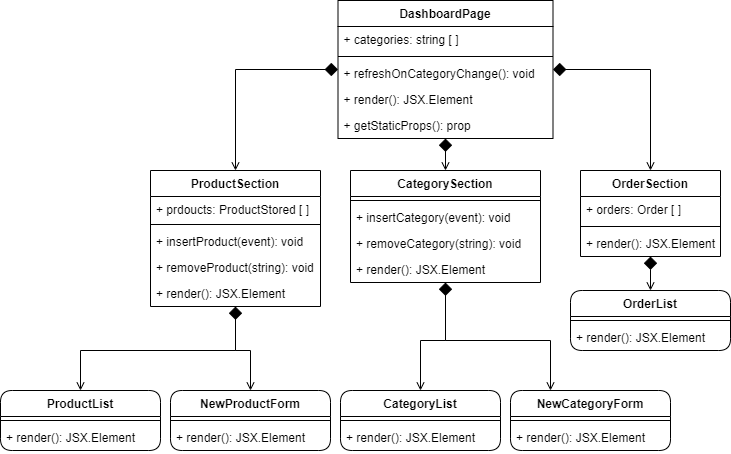
Earlier version of the draw.io export DocumentazioneEsterna/AllegatoTecnico/res/Architettura/Frontend/img/class_frontend_dashboard.png (Omicron-Team/Documentazione). Source tidied: cells renumbered, new cells last; positions are measured from the earlier drawing's top-left corner, leaving out a move shared by most shapes. The source it was exported from:
```xml
<mxGraphModel>
  <root>
    <mxCell id="0" />
    <mxCell id="1" parent="0" />
    <mxCell id="2" style="edgeStyle=orthogonalEdgeStyle;rounded=0;jettySize=auto;html=1;startArrow=diamond;startFill=1;endArrow=open;endFill=0;startSize=11;" parent="1" edge="1" source="5" target="13">
      <mxGeometry relative="1" as="geometry" />
    </mxCell>
    <mxCell id="3" style="edgeStyle=orthogonalEdgeStyle;rounded=0;jettySize=auto;html=1;startArrow=diamond;startFill=1;endArrow=open;endFill=0;startSize=11;" parent="1" edge="1" source="5" target="26">
      <mxGeometry relative="1" as="geometry" />
    </mxCell>
    <mxCell id="4" style="edgeStyle=orthogonalEdgeStyle;rounded=0;jettySize=auto;html=1;startArrow=diamond;startFill=1;endArrow=open;endFill=0;startSize=11;" parent="1" edge="1" source="5" target="20">
      <mxGeometry relative="1" as="geometry" />
    </mxCell>
    <mxCell id="5" value="DashboardPage" style="swimlane;fontStyle=1;horizontal=1;startSize=26;fillColor=none;" parent="1" vertex="1">
      <mxGeometry x="337.5" width="215" height="138" as="geometry" />
    </mxCell>
    <mxCell id="6" value="+ categories: string [ ]" style="text;strokeColor=none;fillColor=none;align=left;verticalAlign=top;spacingLeft=4;spacingRight=4;overflow=hidden;" parent="5" vertex="1">
      <mxGeometry y="26" width="215" height="26" as="geometry" />
    </mxCell>
    <mxCell id="7" style="line;strokeWidth=1;fillColor=none;align=left;verticalAlign=middle;spacingTop=-1;spacingLeft=3;spacingRight=3;labelPosition=right;" parent="5" vertex="1">
      <mxGeometry y="52" width="215" height="8" as="geometry" />
    </mxCell>
    <mxCell id="8" value="+ refreshOnCategoryChange(): void" style="text;strokeColor=none;fillColor=none;align=left;verticalAlign=top;spacingLeft=4;spacingRight=4;overflow=hidden;rounded=1;" parent="5" vertex="1">
      <mxGeometry y="60" width="215" height="26" as="geometry" />
    </mxCell>
    <mxCell id="9" value="+ render(): JSX.Element" style="text;strokeColor=none;fillColor=none;align=left;verticalAlign=top;spacingLeft=4;spacingRight=4;overflow=hidden;" parent="5" vertex="1">
      <mxGeometry y="86" width="215" height="26" as="geometry" />
    </mxCell>
    <mxCell id="10" value="+ getStaticProps(): prop" style="text;strokeColor=none;fillColor=none;align=left;verticalAlign=top;spacingLeft=4;spacingRight=4;overflow=hidden;rounded=1;" parent="5" vertex="1">
      <mxGeometry y="112" width="215" height="26" as="geometry" />
    </mxCell>
    <mxCell id="11" style="edgeStyle=orthogonalEdgeStyle;rounded=0;jettySize=auto;html=1;entryX=0.5;entryY=0;entryDx=0;entryDy=0;startArrow=none;startFill=0;endArrow=open;endFill=0;" parent="1" edge="1" source="13" target="31">
      <mxGeometry relative="1" as="geometry">
        <Array as="points">
          <mxPoint x="235" y="350" />
          <mxPoint x="80" y="350" />
        </Array>
      </mxGeometry>
    </mxCell>
    <mxCell id="12" style="edgeStyle=orthogonalEdgeStyle;rounded=0;jettySize=auto;html=1;entryX=0.5;entryY=0;entryDx=0;entryDy=0;startArrow=diamond;startFill=1;endArrow=open;endFill=0;sourcePerimeterSpacing=0;startSize=11;" parent="1" edge="1" source="13" target="34">
      <mxGeometry relative="1" as="geometry">
        <Array as="points">
          <mxPoint x="235" y="350" />
          <mxPoint x="250" y="350" />
        </Array>
      </mxGeometry>
    </mxCell>
    <mxCell id="13" value="ProductSection" style="swimlane;fontStyle=1;horizontal=1;startSize=26;fillColor=none;" parent="1" vertex="1">
      <mxGeometry x="150" y="170" width="170" height="136" as="geometry" />
    </mxCell>
    <mxCell id="14" value="+ prdoucts: ProductStored [ ]" style="text;strokeColor=none;fillColor=none;align=left;verticalAlign=top;spacingLeft=4;spacingRight=4;overflow=hidden;" parent="13" vertex="1">
      <mxGeometry y="26" width="170" height="24" as="geometry" />
    </mxCell>
    <mxCell id="15" style="line;strokeWidth=1;fillColor=none;align=left;verticalAlign=middle;spacingTop=-1;spacingLeft=3;spacingRight=3;labelPosition=right;rounded=1;" parent="13" vertex="1">
      <mxGeometry y="50" width="170" height="8" as="geometry" />
    </mxCell>
    <mxCell id="16" value="+ insertProduct(event): void" style="text;strokeColor=none;fillColor=none;align=left;verticalAlign=top;spacingLeft=4;spacingRight=4;overflow=hidden;" parent="13" vertex="1">
      <mxGeometry y="58" width="170" height="26" as="geometry" />
    </mxCell>
    <mxCell id="17" value="+ removeProduct(string): void" style="text;strokeColor=none;fillColor=none;align=left;verticalAlign=top;spacingLeft=4;spacingRight=4;overflow=hidden;" parent="13" vertex="1">
      <mxGeometry y="84" width="170" height="26" as="geometry" />
    </mxCell>
    <mxCell id="18" value="+ render(): JSX.Element" style="text;strokeColor=none;fillColor=none;align=left;verticalAlign=top;spacingLeft=4;spacingRight=4;overflow=hidden;" parent="13" vertex="1">
      <mxGeometry y="110" width="170" height="26" as="geometry" />
    </mxCell>
    <mxCell id="19" style="edgeStyle=orthogonalEdgeStyle;rounded=0;jettySize=auto;html=1;startArrow=diamond;startFill=1;endArrow=open;endFill=0;startSize=11;" parent="1" edge="1" source="20" target="43">
      <mxGeometry relative="1" as="geometry" />
    </mxCell>
    <mxCell id="20" value="OrderSection" style="swimlane;fontStyle=1;horizontal=1;startSize=26;fillColor=none;" parent="1" vertex="1">
      <mxGeometry x="580" y="170" width="140" height="86" as="geometry" />
    </mxCell>
    <mxCell id="21" value="+ orders: Order [ ]" style="text;strokeColor=none;fillColor=none;align=left;verticalAlign=top;spacingLeft=4;spacingRight=4;overflow=hidden;" parent="20" vertex="1">
      <mxGeometry y="26" width="140" height="26" as="geometry" />
    </mxCell>
    <mxCell id="22" style="line;strokeWidth=1;fillColor=none;align=left;verticalAlign=middle;spacingTop=-1;spacingLeft=3;spacingRight=3;labelPosition=right;rounded=1;" parent="20" vertex="1">
      <mxGeometry y="52" width="140" height="8" as="geometry" />
    </mxCell>
    <mxCell id="23" value="+ render(): JSX.Element" style="text;strokeColor=none;fillColor=none;align=left;verticalAlign=top;spacingLeft=4;spacingRight=4;overflow=hidden;" parent="20" vertex="1">
      <mxGeometry y="60" width="140" height="26" as="geometry" />
    </mxCell>
    <mxCell id="24" style="edgeStyle=orthogonalEdgeStyle;rounded=0;jettySize=auto;html=1;entryX=0.5;entryY=0;entryDx=0;entryDy=0;startArrow=none;startFill=0;endArrow=open;endFill=0;" parent="1" edge="1" source="26" target="37">
      <mxGeometry relative="1" as="geometry">
        <Array as="points">
          <mxPoint x="445" y="340" />
          <mxPoint x="420" y="340" />
        </Array>
      </mxGeometry>
    </mxCell>
    <mxCell id="25" style="edgeStyle=orthogonalEdgeStyle;rounded=0;jettySize=auto;html=1;entryX=0.25;entryY=0;entryDx=0;entryDy=0;startArrow=diamond;startFill=1;endArrow=open;endFill=0;startSize=11;" parent="1" edge="1" source="26" target="40">
      <mxGeometry relative="1" as="geometry">
        <Array as="points">
          <mxPoint x="445" y="340" />
          <mxPoint x="550" y="340" />
        </Array>
      </mxGeometry>
    </mxCell>
    <mxCell id="26" value="CategorySection" style="swimlane;fontStyle=1;align=center;verticalAlign=top;horizontal=1;startSize=26;" parent="1" vertex="1">
      <mxGeometry x="350" y="170" width="190" height="112" as="geometry" />
    </mxCell>
    <mxCell id="27" style="line;strokeWidth=1;fillColor=none;align=left;verticalAlign=middle;spacingTop=-1;spacingLeft=3;spacingRight=3;labelPosition=right;" parent="26" vertex="1">
      <mxGeometry y="26" width="190" height="8" as="geometry" />
    </mxCell>
    <mxCell id="28" value="+ insertCategory(event): void" style="text;strokeColor=none;fillColor=none;align=left;verticalAlign=top;spacingLeft=4;spacingRight=4;overflow=hidden;" parent="26" vertex="1">
      <mxGeometry y="34" width="190" height="26" as="geometry" />
    </mxCell>
    <mxCell id="29" value="+ removeCategory(string): void" style="text;strokeColor=none;fillColor=none;align=left;verticalAlign=top;spacingLeft=4;spacingRight=4;overflow=hidden;" parent="26" vertex="1">
      <mxGeometry y="60" width="190" height="26" as="geometry" />
    </mxCell>
    <mxCell id="30" value="+ render(): JSX.Element" style="text;strokeColor=none;fillColor=none;align=left;verticalAlign=top;spacingLeft=4;spacingRight=4;overflow=hidden;" parent="26" vertex="1">
      <mxGeometry y="86" width="190" height="26" as="geometry" />
    </mxCell>
    <mxCell id="31" value="ProductList" style="swimlane;fontStyle=1;align=center;verticalAlign=top;horizontal=1;startSize=26;rounded=1;" parent="1" vertex="1">
      <mxGeometry y="390" width="160" height="60" as="geometry" />
    </mxCell>
    <mxCell id="32" style="line;strokeWidth=1;fillColor=none;align=left;verticalAlign=middle;spacingTop=-1;spacingLeft=3;spacingRight=3;labelPosition=right;" parent="31" vertex="1">
      <mxGeometry y="26" width="160" height="8" as="geometry" />
    </mxCell>
    <mxCell id="33" value="+ render(): JSX.Element" style="text;strokeColor=none;fillColor=none;align=left;verticalAlign=top;spacingLeft=4;spacingRight=4;overflow=hidden;" parent="31" vertex="1">
      <mxGeometry y="34" width="160" height="26" as="geometry" />
    </mxCell>
    <mxCell id="34" value="NewProductForm" style="swimlane;fontStyle=1;align=center;verticalAlign=top;horizontal=1;startSize=26;rounded=1;" parent="1" vertex="1">
      <mxGeometry x="170" y="390" width="160" height="60" as="geometry" />
    </mxCell>
    <mxCell id="35" style="line;strokeWidth=1;fillColor=none;align=left;verticalAlign=middle;spacingTop=-1;spacingLeft=3;spacingRight=3;labelPosition=right;" parent="34" vertex="1">
      <mxGeometry y="26" width="160" height="8" as="geometry" />
    </mxCell>
    <mxCell id="36" value="+ render(): JSX.Element" style="text;strokeColor=none;fillColor=none;align=left;verticalAlign=top;spacingLeft=4;spacingRight=4;overflow=hidden;" parent="34" vertex="1">
      <mxGeometry y="34" width="160" height="26" as="geometry" />
    </mxCell>
    <mxCell id="37" value="CategoryList" style="swimlane;fontStyle=1;align=center;verticalAlign=top;horizontal=1;startSize=26;rounded=1;" parent="1" vertex="1">
      <mxGeometry x="340" y="390" width="160" height="60" as="geometry" />
    </mxCell>
    <mxCell id="38" style="line;strokeWidth=1;fillColor=none;align=left;verticalAlign=middle;spacingTop=-1;spacingLeft=3;spacingRight=3;labelPosition=right;" parent="37" vertex="1">
      <mxGeometry y="26" width="160" height="8" as="geometry" />
    </mxCell>
    <mxCell id="39" value="+ render(): JSX.Element" style="text;strokeColor=none;fillColor=none;align=left;verticalAlign=top;spacingLeft=4;spacingRight=4;overflow=hidden;" parent="37" vertex="1">
      <mxGeometry y="34" width="160" height="26" as="geometry" />
    </mxCell>
    <mxCell id="40" value="NewCategoryForm" style="swimlane;fontStyle=1;align=center;verticalAlign=top;horizontal=1;startSize=26;rounded=1;" parent="1" vertex="1">
      <mxGeometry x="510" y="390" width="160" height="60" as="geometry" />
    </mxCell>
    <mxCell id="41" style="line;strokeWidth=1;fillColor=none;align=left;verticalAlign=middle;spacingTop=-1;spacingLeft=3;spacingRight=3;labelPosition=right;" parent="40" vertex="1">
      <mxGeometry y="26" width="160" height="8" as="geometry" />
    </mxCell>
    <mxCell id="42" value="+ render(): JSX.Element" style="text;strokeColor=none;fillColor=none;align=left;verticalAlign=top;spacingLeft=4;spacingRight=4;overflow=hidden;" parent="40" vertex="1">
      <mxGeometry y="34" width="160" height="26" as="geometry" />
    </mxCell>
    <mxCell id="43" value="OrderList" style="swimlane;fontStyle=1;align=center;verticalAlign=top;horizontal=1;startSize=26;rounded=1;" parent="1" vertex="1">
      <mxGeometry x="570" y="290" width="160" height="60" as="geometry" />
    </mxCell>
    <mxCell id="44" style="line;strokeWidth=1;fillColor=none;align=left;verticalAlign=middle;spacingTop=-1;spacingLeft=3;spacingRight=3;labelPosition=right;" parent="43" vertex="1">
      <mxGeometry y="26" width="160" height="8" as="geometry" />
    </mxCell>
    <mxCell id="45" value="+ render(): JSX.Element" style="text;strokeColor=none;fillColor=none;align=left;verticalAlign=top;spacingLeft=4;spacingRight=4;overflow=hidden;" parent="43" vertex="1">
      <mxGeometry y="34" width="160" height="26" as="geometry" />
    </mxCell>
  </root>
</mxGraphModel>
```
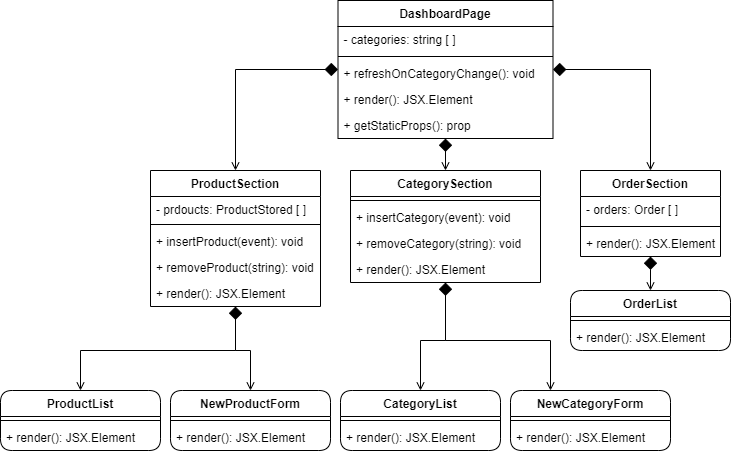
The same diagram one commit later.

Commit message:
frontend finito

Change to the diagram source:
```diff
@@ -14,7 +14,7 @@
     <mxCell id="5" value="DashboardPage" style="swimlane;fontStyle=1;horizontal=1;startSize=26;fillColor=none;" parent="1" vertex="1">
       <mxGeometry x="337.5" width="215" height="138" as="geometry" />
     </mxCell>
-    <mxCell id="6" value="+ categories: string [ ]" style="text;strokeColor=none;fillColor=none;align=left;verticalAlign=top;spacingLeft=4;spacingRight=4;overflow=hidden;" parent="5" vertex="1">
+    <mxCell id="6" value="- categories: string [ ]" style="text;strokeColor=none;fillColor=none;align=left;verticalAlign=top;spacingLeft=4;spacingRight=4;overflow=hidden;" parent="5" vertex="1">
       <mxGeometry y="26" width="215" height="26" as="geometry" />
     </mxCell>
     <mxCell id="7" style="line;strokeWidth=1;fillColor=none;align=left;verticalAlign=middle;spacingTop=-1;spacingLeft=3;spacingRight=3;labelPosition=right;" parent="5" vertex="1">
@@ -48,7 +48,7 @@
     <mxCell id="13" value="ProductSection" style="swimlane;fontStyle=1;horizontal=1;startSize=26;fillColor=none;" parent="1" vertex="1">
       <mxGeometry x="150" y="170" width="170" height="136" as="geometry" />
     </mxCell>
-    <mxCell id="14" value="+ prdoucts: ProductStored [ ]" style="text;strokeColor=none;fillColor=none;align=left;verticalAlign=top;spacingLeft=4;spacingRight=4;overflow=hidden;" parent="13" vertex="1">
+    <mxCell id="14" value="- prdoucts: ProductStored [ ]" style="text;strokeColor=none;fillColor=none;align=left;verticalAlign=top;spacingLeft=4;spacingRight=4;overflow=hidden;" parent="13" vertex="1">
       <mxGeometry y="26" width="170" height="24" as="geometry" />
     </mxCell>
     <mxCell id="15" style="line;strokeWidth=1;fillColor=none;align=left;verticalAlign=middle;spacingTop=-1;spacingLeft=3;spacingRight=3;labelPosition=right;rounded=1;" parent="13" vertex="1">
@@ -69,7 +69,7 @@
     <mxCell id="20" value="OrderSection" style="swimlane;fontStyle=1;horizontal=1;startSize=26;fillColor=none;" parent="1" vertex="1">
       <mxGeometry x="580" y="170" width="140" height="86" as="geometry" />
     </mxCell>
-    <mxCell id="21" value="+ orders: Order [ ]" style="text;strokeColor=none;fillColor=none;align=left;verticalAlign=top;spacingLeft=4;spacingRight=4;overflow=hidden;" parent="20" vertex="1">
+    <mxCell id="21" value="- orders: Order [ ]" style="text;strokeColor=none;fillColor=none;align=left;verticalAlign=top;spacingLeft=4;spacingRight=4;overflow=hidden;" parent="20" vertex="1">
       <mxGeometry y="26" width="140" height="26" as="geometry" />
     </mxCell>
     <mxCell id="22" style="line;strokeWidth=1;fillColor=none;align=left;verticalAlign=middle;spacingTop=-1;spacingLeft=3;spacingRight=3;labelPosition=right;rounded=1;" parent="20" vertex="1">
```
